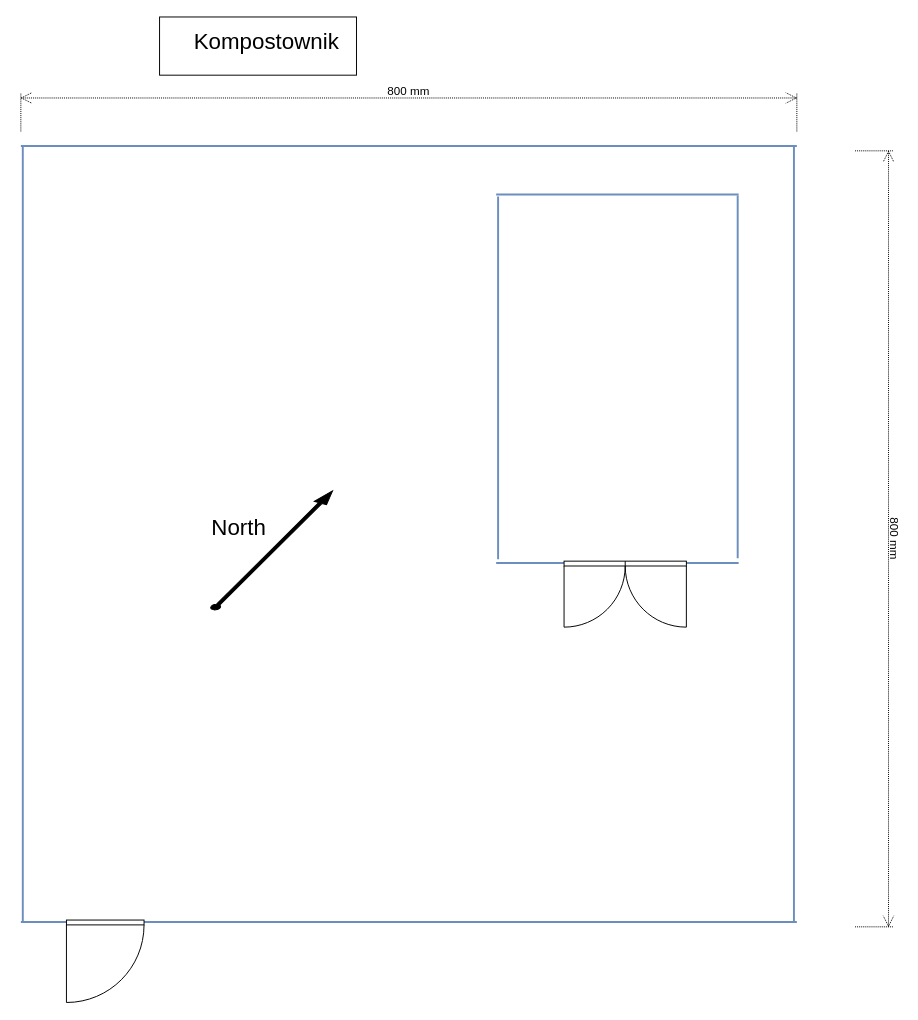
Above: page "garden" (3 of 3) of HouseRoof.drawio in algimas/tmp (draw.io), before the change. Source tidied: cells renumbered, new cells numbered last; positions are measured from the earlier drawing's top-left corner, leaving out a move shared by most shapes. Both pictures are drawn from the tidied source at 97%, with x=0, y=0 at pixel (-366, -276).
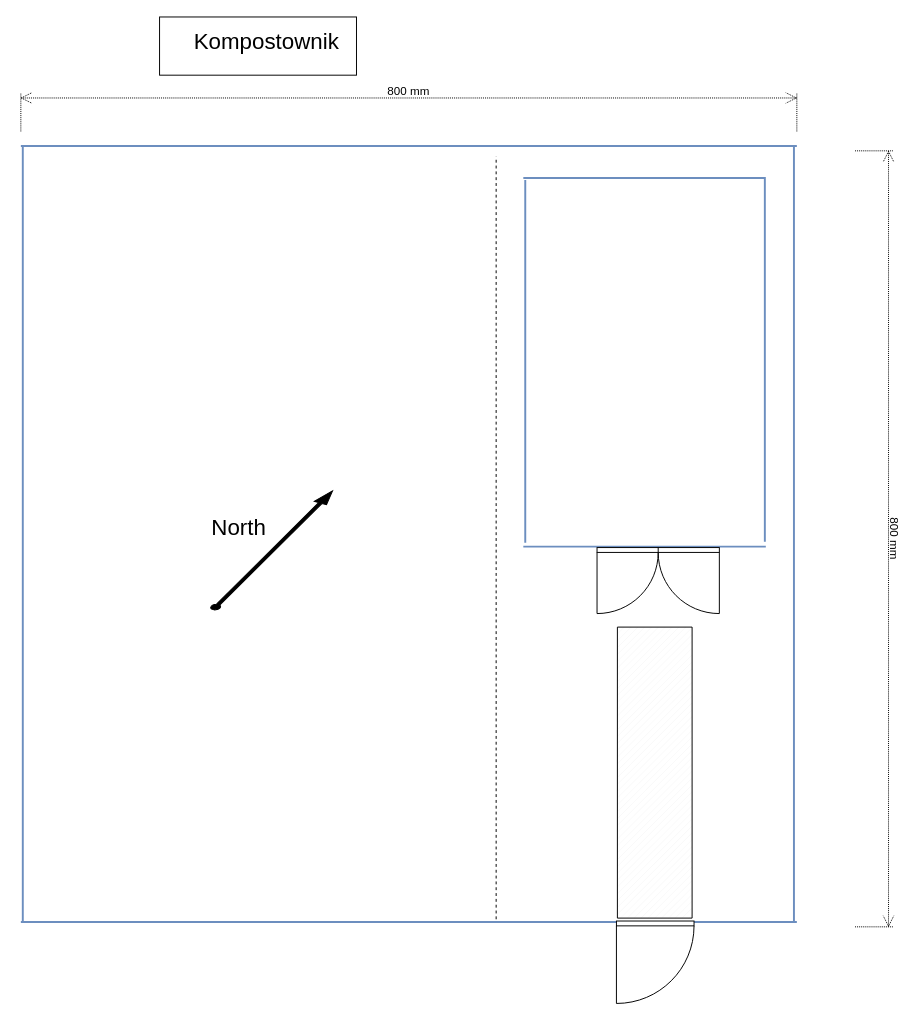
Above is the later version.

What changed in the source:
```diff
@@
     <mxCell id="8" style="line;strokeWidth=2;html=1;rotation=0;fillColor=#dae8fc;strokeColor=#6c8ebf;" parent="1" vertex="1">
-      <mxGeometry x="888" y="860" width="250" height="10" as="geometry" />
+      <mxGeometry x="916" y="843" width="250" height="10" as="geometry" />
     </mxCell>
     <mxCell id="9" style="line;strokeWidth=2;html=1;rotation=0;fillColor=#dae8fc;strokeColor=#6c8ebf;" parent="1" vertex="1">
-      <mxGeometry x="888" y="480" width="250" height="10" as="geometry" />
+      <mxGeometry x="916" y="463" width="250" height="10" as="geometry" />
     </mxCell>
     <mxCell id="10" style="line;strokeWidth=2;html=1;rotation=-90;fillColor=#dae8fc;strokeColor=#6c8ebf;" parent="1" vertex="1">
-      <mxGeometry x="950" y="668" width="374" height="10" as="geometry" />
+      <mxGeometry x="978" y="651" width="374" height="10" as="geometry" />
     </mxCell>
     <mxCell id="11" style="line;strokeWidth=2;html=1;rotation=-90;fillColor=#dae8fc;strokeColor=#6c8ebf;" parent="1" vertex="1">
-      <mxGeometry x="703" y="669" width="374" height="10" as="geometry" />
+      <mxGeometry x="731" y="652" width="374" height="10" as="geometry" />
     </mxCell>
     <mxCell id="12" style="verticalLabelPosition=bottom;html=1;verticalAlign=top;align=center;shape=mxgraph.floorplan.doorLeft;" parent="1" vertex="1">
-      <mxGeometry x="445" y="1233" width="80" height="85" as="geometry" />
+      <mxGeometry x="1012" y="1234" width="80" height="85" as="geometry" />
     </mxCell>
-    <mxCell id="13" style="verticalLabelPosition=bottom;html=1;verticalAlign=top;align=center;shape=mxgraph.floorplan.doorDouble;" parent="1" vertex="1">
-      <mxGeometry x="958" y="863" width="126.1" height="67" as="geometry" />
-    </mxCell>
@@
+    <mxCell id="18" style="endArrow=none;dashed=1;html=1;rounded=0;exitX=0.57;exitY=0.223;exitDx=0;exitDy=0;exitPerimeter=0;" parent="1" edge="1">
+      <mxGeometry relative="1" as="geometry">
+        <mxPoint x="888" y="1232.2" as="sourcePoint" />
+        <mxPoint x="888" y="446" as="targetPoint" />
+      </mxGeometry>
+    </mxCell>
+    <mxCell id="19" style="verticalLabelPosition=bottom;verticalAlign=top;html=1;shape=mxgraph.basic.patternFillRect;fillStyle=diag;step=5;fillStrokeWidth=0.2;fillStrokeColor=#dddddd;" parent="1" vertex="1">
+      <mxGeometry x="1013" y="931" width="77" height="300" as="geometry" />
+    </mxCell>
+    <mxCell id="20" style="verticalLabelPosition=bottom;html=1;verticalAlign=top;align=center;shape=mxgraph.floorplan.doorDouble;" parent="1" vertex="1">
+      <mxGeometry x="992" y="849" width="126.1" height="67" as="geometry" />
+    </mxCell>
```
